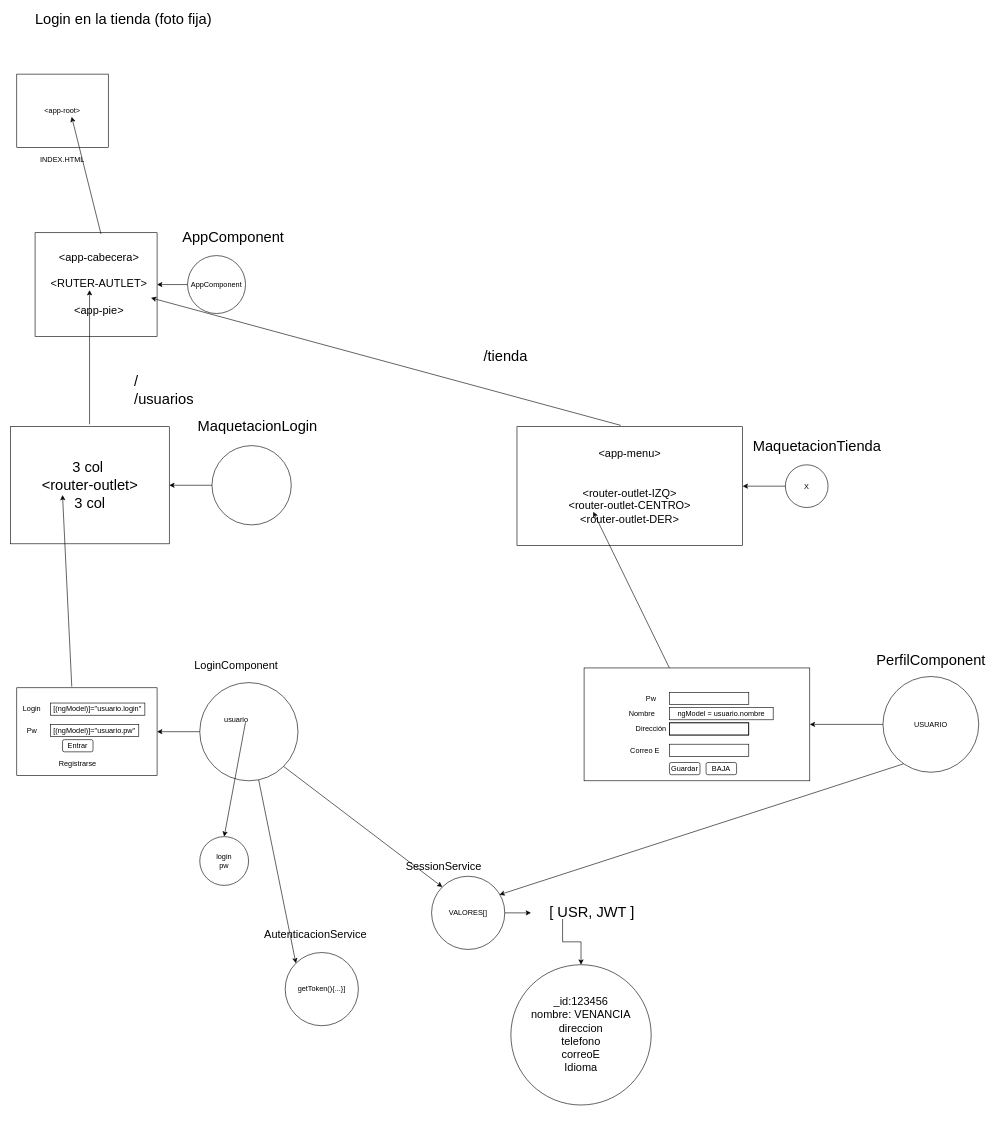
almoril00/MEAN keeps this draw.io diagram as page "LOGIN" (46 of 47) of diagramas.drawio. Above is the earlier version. Source tidied: cells renumbered, new cells numbered last; positions are measured from the earlier drawing's top-left corner, leaving out a move shared by most shapes. Both pictures are drawn from the tidied source at 61%, with x=0, y=0 at pixel (10, 13).
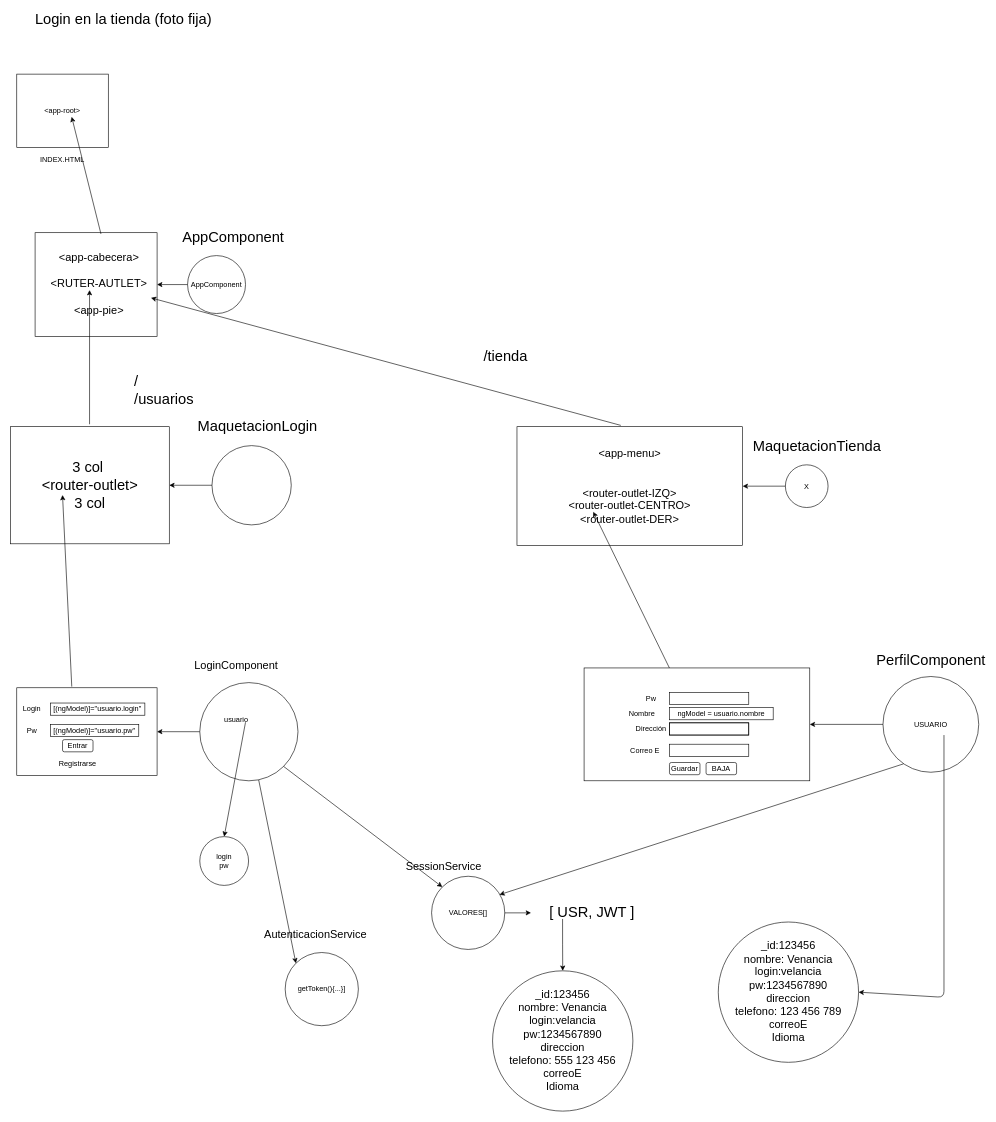
After the change.

Change to the diagram source:
```diff
@@
-    <mxCell id="63" value="&lt;font style=&quot;font-size: 18px&quot;&gt;_id:123456&lt;br&gt;nombre: VENANCIA&lt;br&gt;direccion&lt;br&gt;telefono&lt;br&gt;correoE&lt;br&gt;Idioma&lt;/font&gt;" style="ellipse;whiteSpace=wrap;html=1;fillColor=none;" parent="1" vertex="1">
-      <mxGeometry x="820" y="1560" width="230" height="230" as="geometry" />
+    <mxCell id="63" value="&lt;font style=&quot;font-size: 18px&quot;&gt;_id:123456&lt;br&gt;nombre: Venancia&lt;br&gt;login:velancia&lt;br&gt;pw:1234567890&lt;br&gt;direccion&lt;br&gt;telefono: 555 123 456&lt;br&gt;correoE&lt;br&gt;Idioma&lt;/font&gt;" style="ellipse;whiteSpace=wrap;html=1;fillColor=none;" parent="1" vertex="1">
+      <mxGeometry x="790" y="1570" width="230" height="230" as="geometry" />
     </mxCell>
@@
+    <mxCell id="65" style="endArrow=classic;html=1;entryX=1;entryY=0.5;entryDx=0;entryDy=0;" parent="1" edge="1" target="66">
+      <mxGeometry relative="1" as="geometry">
+        <mxPoint x="1530" y="1183.5" as="sourcePoint" />
+        <Array as="points">
+          <mxPoint x="1530" y="1613.5" />
+        </Array>
+      </mxGeometry>
+    </mxCell>
+    <mxCell id="66" value="&lt;font style=&quot;font-size: 18px&quot;&gt;_id:123456&lt;br&gt;nombre: Venancia&lt;br&gt;login:velancia&lt;br&gt;pw:1234567890&lt;br&gt;direccion&lt;br&gt;telefono: 123 456 789&lt;br&gt;correoE&lt;br&gt;Idioma&lt;/font&gt;" style="ellipse;whiteSpace=wrap;html=1;fillColor=none;" parent="1" vertex="1">
+      <mxGeometry x="1160" y="1490" width="230" height="230" as="geometry" />
+    </mxCell>
```
